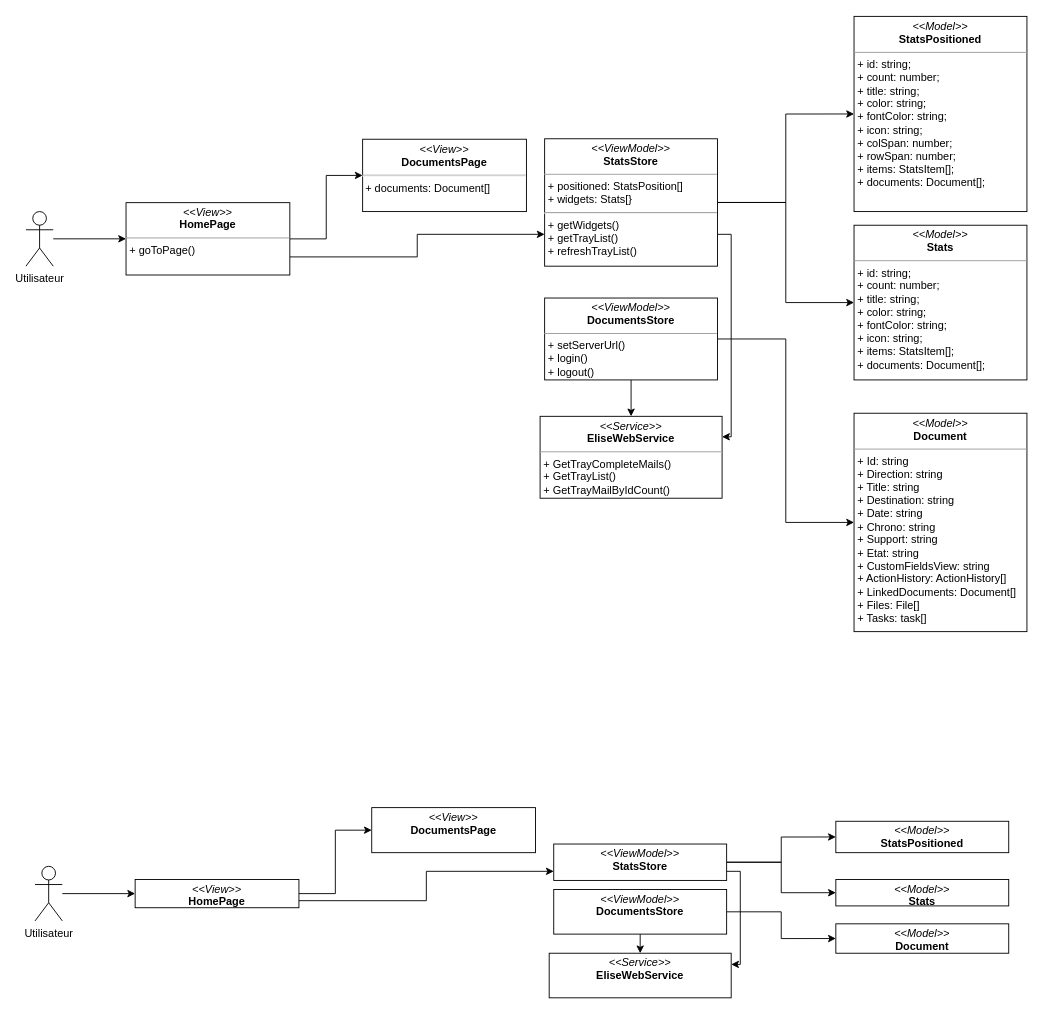
This is dccSprint5.drawio from PFE-Neoledge-2023/rapport, a draw.io file, before an edit. Source tidied: cells renumbered, new cells numbered last; positions are measured from the earlier drawing's top-left corner, leaving out a move shared by most shapes. Both pictures are drawn from the tidied source at 91%, with x=0, y=0 at pixel (25, 15).
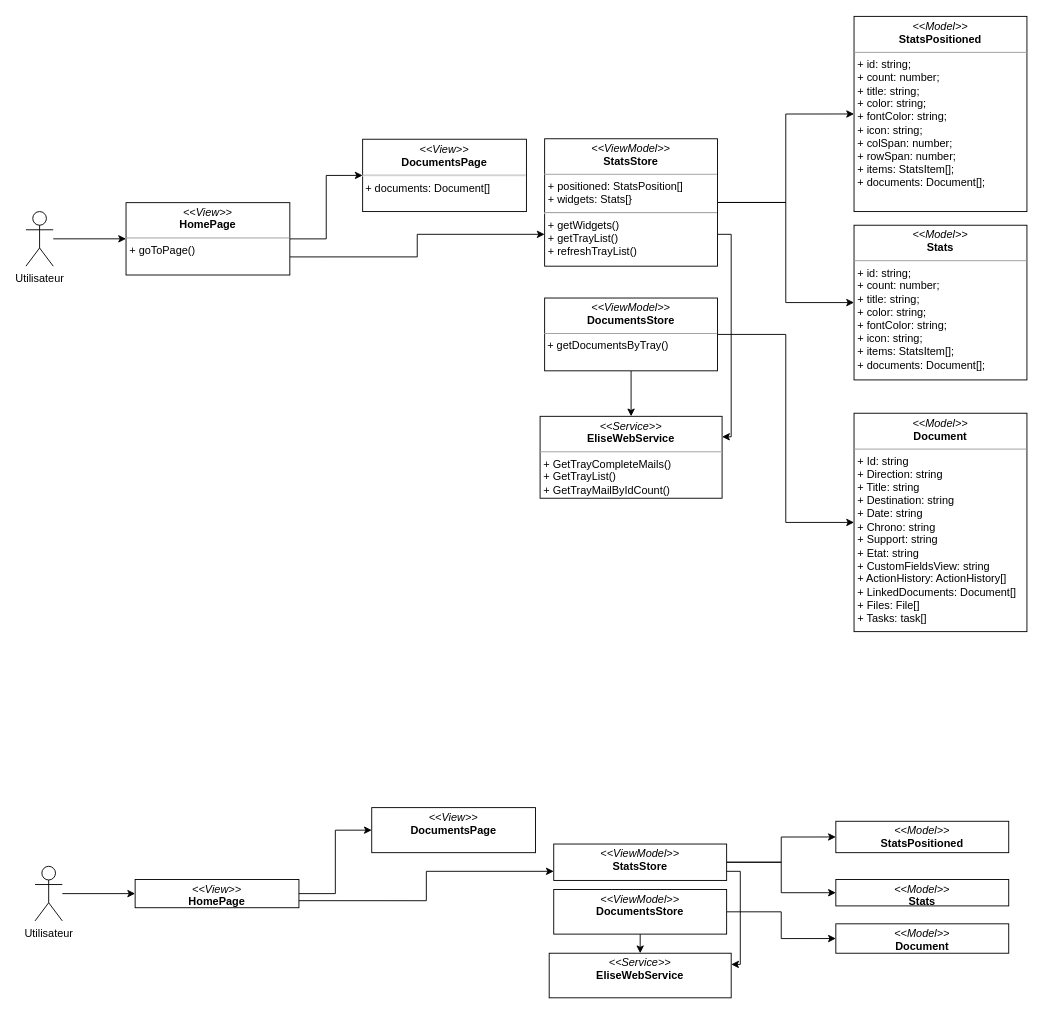
After the change.

Diff of the diagram source:
```diff
@@
-    <mxCell id="16" value="&lt;p style=&quot;margin:0px;margin-top:4px;text-align:center;&quot;&gt;&lt;i&gt;&amp;lt;&amp;lt;ViewModel&amp;gt;&amp;gt;&lt;/i&gt;&lt;br&gt;&lt;b&gt;DocumentsStore&lt;/b&gt;&lt;/p&gt;&lt;hr size=&quot;1&quot;&gt;&lt;p style=&quot;margin:0px;margin-left:4px;&quot;&gt;&lt;/p&gt;&lt;p style=&quot;margin:0px;margin-left:4px;&quot;&gt;+ setServerUrl()&lt;/p&gt;&lt;p style=&quot;margin:0px;margin-left:4px;&quot;&gt;+ login()&lt;/p&gt;&lt;p style=&quot;margin:0px;margin-left:4px;&quot;&gt;+ logout()&lt;/p&gt;" style="verticalAlign=top;align=left;overflow=fill;fontSize=12;fontFamily=Helvetica;html=1;whiteSpace=wrap;" parent="1" vertex="1">
-      <mxGeometry x="570" y="310" width="190" height="90" as="geometry" />
+    <mxCell id="16" value="&lt;p style=&quot;margin:0px;margin-top:4px;text-align:center;&quot;&gt;&lt;i&gt;&amp;lt;&amp;lt;ViewModel&amp;gt;&amp;gt;&lt;/i&gt;&lt;br&gt;&lt;b&gt;DocumentsStore&lt;/b&gt;&lt;/p&gt;&lt;hr size=&quot;1&quot;&gt;&lt;p style=&quot;margin:0px;margin-left:4px;&quot;&gt;&lt;/p&gt;&lt;p style=&quot;margin:0px;margin-left:4px;&quot;&gt;&lt;/p&gt;&amp;nbsp;+ getDocumentsByTray()" style="verticalAlign=top;align=left;overflow=fill;fontSize=12;fontFamily=Helvetica;html=1;whiteSpace=wrap;" parent="1" vertex="1">
+      <mxGeometry x="570" y="310" width="190" height="80" as="geometry" />
     </mxCell>
```
